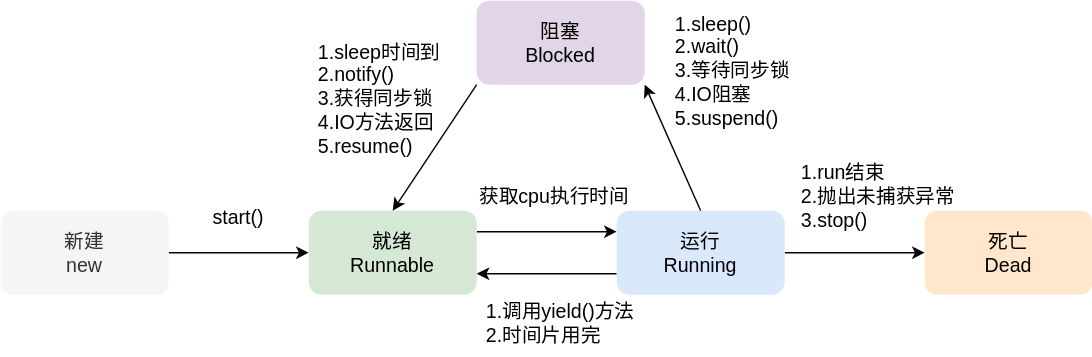
This is assets/drawio/线程的状态.svg from zhanjixun/zhanjixun.github.io, a draw.io export, as it was before one commit. Source tidied: cells renumbered, new cells last; positions are measured from the earlier drawing's top-left corner, leaving out a move shared by most shapes.
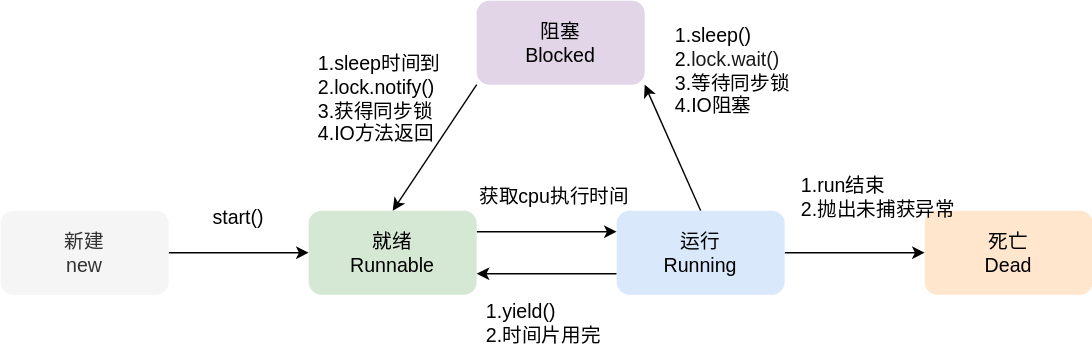
Later version of the same file.

What changed in the source:
```diff
@@ -41,17 +41,17 @@
     <mxCell id="14" value="获取cpu执行时间" style="text;html=1;align=center;verticalAlign=middle;strokeColor=none;fillColor=none;fontSize=14;" parent="1" vertex="1">
       <mxGeometry x="330" y="125" width="130" height="30" as="geometry" />
     </mxCell>
-    <mxCell id="15" value="1.调用yield()方法&lt;div&gt;2.时间片用完&lt;/div&gt;" style="text;html=1;align=left;verticalAlign=middle;strokeColor=none;fillColor=none;fontSize=14;" parent="1" vertex="1">
-      <mxGeometry x="345" y="205" width="130" height="50" as="geometry" />
+    <mxCell id="15" value="1.yield()&lt;div&gt;2.时间片用完&lt;/div&gt;" style="text;html=1;align=left;verticalAlign=middle;strokeColor=none;fillColor=none;fontSize=14;" parent="1" vertex="1">
+      <mxGeometry x="345" y="205" width="110" height="50" as="geometry" />
     </mxCell>
-    <mxCell id="16" value="1.run结束&lt;div&gt;2.抛出未捕获异常&lt;/div&gt;&lt;div&gt;3.stop()&lt;/div&gt;" style="text;html=1;align=left;verticalAlign=middle;strokeColor=none;fillColor=none;fontSize=14;" parent="1" vertex="1">
-      <mxGeometry x="570" y="110" width="130" height="60" as="geometry" />
+    <mxCell id="16" value="1.run结束&lt;div&gt;2.抛出未捕获异常&lt;/div&gt;" style="text;html=1;align=left;verticalAlign=middle;strokeColor=none;fillColor=none;fontSize=14;" parent="1" vertex="1">
+      <mxGeometry x="570" y="115" width="130" height="50" as="geometry" />
     </mxCell>
-    <mxCell id="17" value="1.sleep()&lt;div&gt;2.wait()&lt;/div&gt;&lt;div&gt;3.等待同步锁&lt;/div&gt;&lt;div&gt;4.IO阻塞&lt;/div&gt;&lt;div&gt;5.suspend()&lt;/div&gt;" style="text;html=1;align=left;verticalAlign=middle;strokeColor=none;fillColor=none;fontSize=14;" parent="1" vertex="1">
-      <mxGeometry x="480" width="110" height="100" as="geometry" />
+    <mxCell id="17" value="&lt;span style=&quot;background-color: light-dark(#ffffff, var(--ge-dark-color, #121212));&quot;&gt;&lt;font face=&quot;Helvetica&quot;&gt;1.sleep()&lt;/font&gt;&lt;/span&gt;&lt;div&gt;&lt;span style=&quot;background-color: light-dark(#ffffff, var(--ge-dark-color, #121212));&quot;&gt;&lt;font face=&quot;Helvetica&quot;&gt;2.&lt;span style=&quot;color: rgba(0, 0, 0, 0.9); text-wrap-mode: wrap;&quot;&gt;lock.wait()&lt;/span&gt;&lt;/font&gt;&lt;/span&gt;&lt;/div&gt;&lt;div&gt;&lt;span style=&quot;background-color: light-dark(#ffffff, var(--ge-dark-color, #121212));&quot;&gt;&lt;font face=&quot;Helvetica&quot;&gt;3.等待同步锁&lt;/font&gt;&lt;/span&gt;&lt;/div&gt;&lt;div&gt;&lt;span style=&quot;background-color: light-dark(#ffffff, var(--ge-dark-color, #121212));&quot;&gt;&lt;font face=&quot;Helvetica&quot;&gt;4.IO阻塞&lt;/font&gt;&lt;/span&gt;&lt;/div&gt;" style="text;html=1;align=left;verticalAlign=middle;strokeColor=none;fillColor=none;fontSize=14;" parent="1" vertex="1">
+      <mxGeometry x="480" y="10" width="110" height="80" as="geometry" />
     </mxCell>
-    <mxCell id="18" value="1.sleep时间到&lt;div&gt;2.notify()&lt;/div&gt;&lt;div&gt;3.获得同步锁&lt;/div&gt;&lt;div&gt;4.IO方法返回&lt;/div&gt;&lt;div&gt;5.resume()&lt;/div&gt;" style="text;html=1;align=left;verticalAlign=middle;strokeColor=none;fillColor=none;fontSize=14;" parent="1" vertex="1">
-      <mxGeometry x="225" y="20" width="110" height="100" as="geometry" />
+    <mxCell id="18" value="1.sleep时间到&lt;div&gt;2.lock.notify()&lt;/div&gt;&lt;div&gt;3.获得同步锁&lt;/div&gt;&lt;div&gt;4.IO方法返回&lt;/div&gt;" style="text;html=1;align=left;verticalAlign=middle;strokeColor=none;fillColor=none;fontSize=14;" parent="1" vertex="1">
+      <mxGeometry x="225" y="30" width="110" height="80" as="geometry" />
     </mxCell>
   </root>
 </mxGraphModel>
```
